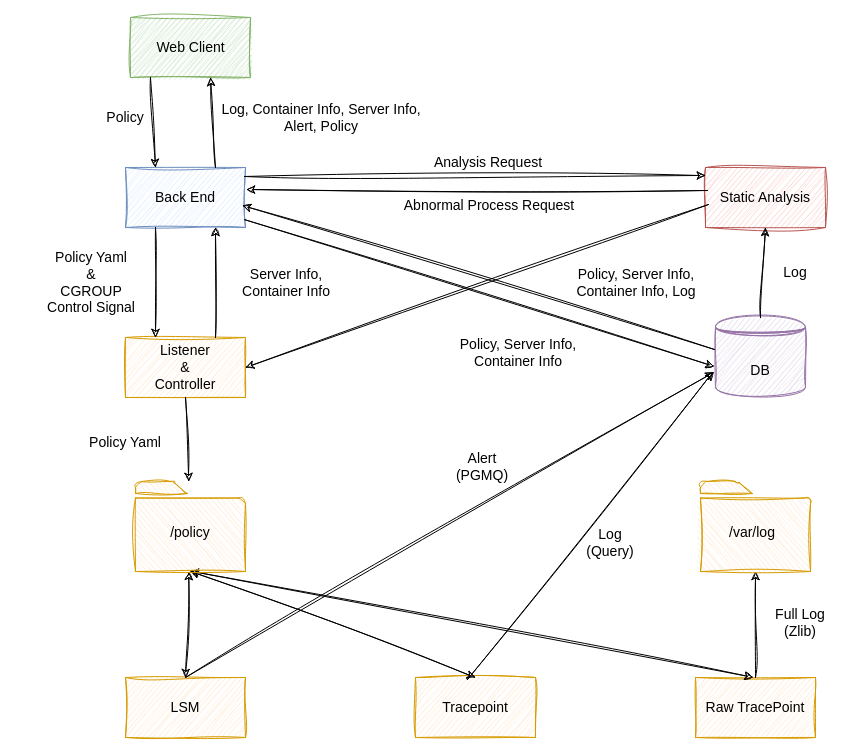
Earlier version of the draw.io diagram page "페이지-2" (2 of 2) of yamong/yamong.drawio (bob-yamong/drawio). Source tidied: cells renumbered, new cells numbered last; positions are measured from the earlier drawing's top-left corner, leaving out a move shared by most shapes. Both pictures are drawn from the tidied source at 100%, with x=0, y=0 at pixel (17, 17).
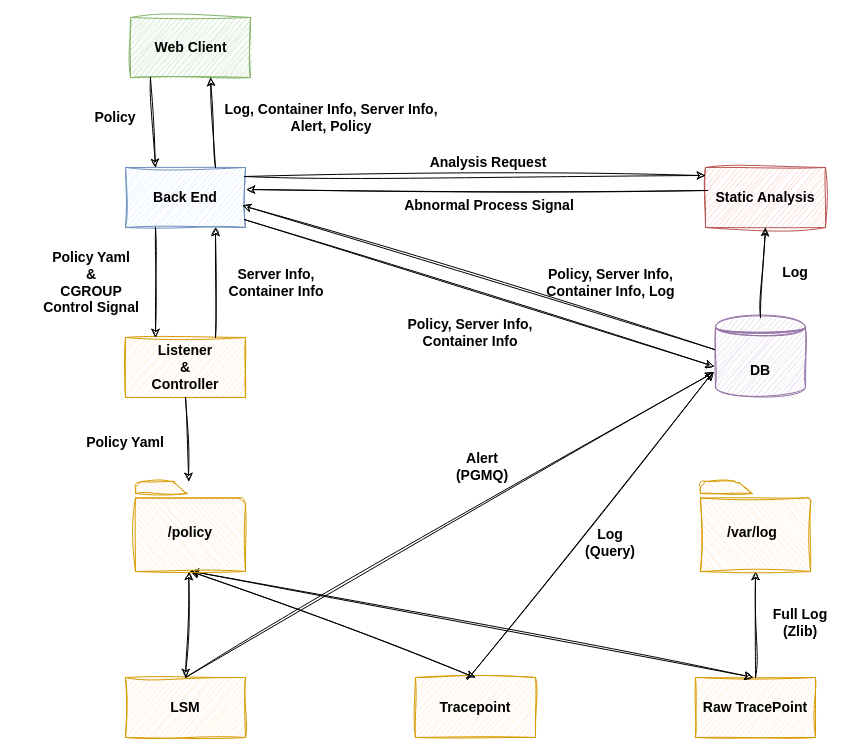
After the change.

Commit message:
:art: Update Dataflow

Change to the diagram source:
```diff
@@
-    <mxCell id="2" style="group;sketch=1;curveFitting=1;jiggle=2;fontSize=14;fillColor=#d5e8d4;strokeColor=#82b366;fillStyle=zigzag;" parent="1" vertex="1">
+    <mxCell id="2" style="group;sketch=1;curveFitting=1;jiggle=2;fontSize=14;fillColor=#d5e8d4;strokeColor=#82b366;fillStyle=zigzag;fontStyle=1;" parent="1" vertex="1">
       <mxGeometry x="113" width="120" height="60" as="geometry" />
     </mxCell>
-    <mxCell id="3" value="Back End" style="whiteSpace=wrap;html=1;sketch=1;curveFitting=1;jiggle=2;fontSize=14;fillColor=#dae8fc;strokeColor=#6c8ebf;" parent="1" vertex="1">
+    <mxCell id="3" value="Back End" style="whiteSpace=wrap;html=1;sketch=1;curveFitting=1;jiggle=2;fontSize=14;fillColor=#dae8fc;strokeColor=#6c8ebf;fontStyle=1;" parent="1" vertex="1">
       <mxGeometry x="108" y="150" width="120" height="60" as="geometry" />
     </mxCell>
-    <mxCell id="4" value="Listener&lt;br style=&quot;font-size: 14px;&quot;&gt;&amp;amp;&lt;br style=&quot;font-size: 14px;&quot;&gt;Controller" style="whiteSpace=wrap;html=1;sketch=1;curveFitting=1;jiggle=2;fontSize=14;fillColor=#ffe6cc;strokeColor=#d79b00;" parent="1" vertex="1">
+    <mxCell id="4" value="Listener&lt;br style=&quot;font-size: 14px;&quot;&gt;&amp;amp;&lt;br style=&quot;font-size: 14px;&quot;&gt;Controller" style="whiteSpace=wrap;html=1;sketch=1;curveFitting=1;jiggle=2;fontSize=14;fillColor=#ffe6cc;strokeColor=#d79b00;fontStyle=1;" parent="1" vertex="1">
       <mxGeometry x="108" y="320" width="120" height="60" as="geometry" />
     </mxCell>
-    <mxCell id="5" value="DB" style="shape=datastore;whiteSpace=wrap;html=1;sketch=1;curveFitting=1;jiggle=2;fontSize=14;fillColor=#e1d5e7;strokeColor=#9673a6;" parent="1" vertex="1">
+    <mxCell id="5" value="DB" style="shape=datastore;whiteSpace=wrap;html=1;sketch=1;curveFitting=1;jiggle=2;fontSize=14;fillColor=#e1d5e7;strokeColor=#9673a6;fontStyle=1;" parent="1" vertex="1">
       <mxGeometry x="698" y="300" width="90" height="80" as="geometry" />
     </mxCell>
-    <mxCell id="6" value="LSM" style="whiteSpace=wrap;html=1;sketch=1;curveFitting=1;jiggle=2;fontSize=14;fillColor=#ffe6cc;strokeColor=#d79b00;" parent="1" vertex="1">
+    <mxCell id="6" value="LSM" style="whiteSpace=wrap;html=1;sketch=1;curveFitting=1;jiggle=2;fontSize=14;fillColor=#ffe6cc;strokeColor=#d79b00;fontStyle=1;" parent="1" vertex="1">
       <mxGeometry x="108" y="660" width="120" height="60" as="geometry" />
     </mxCell>
-    <mxCell id="7" value="Tracepoint" style="whiteSpace=wrap;html=1;sketch=1;curveFitting=1;jiggle=2;fontSize=14;fillColor=#ffe6cc;strokeColor=#d79b00;" parent="1" vertex="1">
+    <mxCell id="7" value="Tracepoint" style="whiteSpace=wrap;html=1;sketch=1;curveFitting=1;jiggle=2;fontSize=14;fillColor=#ffe6cc;strokeColor=#d79b00;fontStyle=1;" parent="1" vertex="1">
       <mxGeometry x="398" y="660" width="120" height="60" as="geometry" />
     </mxCell>
-    <mxCell id="8" value="Raw TracePoint" style="whiteSpace=wrap;html=1;sketch=1;curveFitting=1;jiggle=2;fontSize=14;fillColor=#ffe6cc;strokeColor=#d79b00;" parent="1" vertex="1">
+    <mxCell id="8" value="Raw TracePoint" style="whiteSpace=wrap;html=1;sketch=1;curveFitting=1;jiggle=2;fontSize=14;fillColor=#ffe6cc;strokeColor=#d79b00;fontStyle=1;" parent="1" vertex="1">
       <mxGeometry x="678" y="660" width="120" height="60" as="geometry" />
     </mxCell>
-    <mxCell id="9" value="Static Analysis" style="whiteSpace=wrap;html=1;sketch=1;curveFitting=1;jiggle=2;fontSize=14;fillColor=#f8cecc;strokeColor=#b85450;" parent="1" vertex="1">
+    <mxCell id="9" value="Static Analysis" style="whiteSpace=wrap;html=1;sketch=1;curveFitting=1;jiggle=2;fontSize=14;fillColor=#f8cecc;strokeColor=#b85450;fontStyle=1;" parent="1" vertex="1">
       <mxGeometry x="688" y="150" width="120" height="60" as="geometry" />
     </mxCell>
-    <mxCell id="10" style="endArrow=classic;html=1;rounded=0;exitX=0.75;exitY=0;exitDx=0;exitDy=0;entryX=0.75;entryY=1;entryDx=0;entryDy=0;sketch=1;curveFitting=1;jiggle=2;fontSize=14;" parent="1" edge="1" source="4" target="3">
+    <mxCell id="10" style="endArrow=classic;html=1;rounded=0;exitX=0.75;exitY=0;exitDx=0;exitDy=0;entryX=0.75;entryY=1;entryDx=0;entryDy=0;sketch=1;curveFitting=1;jiggle=2;fontSize=14;fontStyle=1;" parent="1" edge="1" source="4" target="3">
       <mxGeometry relative="1" as="geometry" />
     </mxCell>
-    <mxCell id="11" style="endArrow=classic;html=1;rounded=0;exitX=0.994;exitY=0.87;exitDx=0;exitDy=0;entryX=-0.015;entryY=0.611;entryDx=0;entryDy=0;sketch=1;curveFitting=1;jiggle=2;fontSize=14;entryPerimeter=0;exitPerimeter=0;" parent="1" edge="1" source="3" target="5">
+    <mxCell id="11" style="endArrow=classic;html=1;rounded=0;exitX=0.994;exitY=0.87;exitDx=0;exitDy=0;entryX=-0.015;entryY=0.611;entryDx=0;entryDy=0;sketch=1;curveFitting=1;jiggle=2;fontSize=14;entryPerimeter=0;exitPerimeter=0;fontStyle=1;" parent="1" edge="1" source="3" target="5">
       <mxGeometry relative="1" as="geometry" />
     </mxCell>
-    <mxCell id="12" style="endArrow=classic;html=1;rounded=0;exitX=-0.011;exitY=0.4;exitDx=0;exitDy=0;exitPerimeter=0;sketch=1;curveFitting=1;jiggle=2;fontSize=14;entryX=0.975;entryY=0.633;entryDx=0;entryDy=0;entryPerimeter=0;" parent="1" edge="1" source="5" target="3">
+    <mxCell id="12" style="endArrow=classic;html=1;rounded=0;exitX=-0.011;exitY=0.4;exitDx=0;exitDy=0;exitPerimeter=0;sketch=1;curveFitting=1;jiggle=2;fontSize=14;entryX=0.975;entryY=0.633;entryDx=0;entryDy=0;entryPerimeter=0;fontStyle=1;" parent="1" edge="1" source="5" target="3">
       <mxGeometry relative="1" as="geometry" />
     </mxCell>
-    <mxCell id="13" style="endArrow=classic;html=1;rounded=0;sketch=1;curveFitting=1;jiggle=2;fontSize=14;exitX=0.5;exitY=0;exitDx=0;exitDy=0;" parent="1" edge="1" source="8" target="42">
+    <mxCell id="13" style="endArrow=classic;html=1;rounded=0;sketch=1;curveFitting=1;jiggle=2;fontSize=14;exitX=0.5;exitY=0;exitDx=0;exitDy=0;fontStyle=1;" parent="1" edge="1" source="8" target="42">
       <mxGeometry relative="1" as="geometry" />
     </mxCell>
-    <mxCell id="14" style="endArrow=classic;html=1;rounded=0;sketch=1;curveFitting=1;jiggle=2;fontSize=14;exitX=0.5;exitY=1;exitDx=0;exitDy=0;" parent="1" edge="1" source="4" target="45">
+    <mxCell id="14" style="endArrow=classic;html=1;rounded=0;sketch=1;curveFitting=1;jiggle=2;fontSize=14;exitX=0.5;exitY=1;exitDx=0;exitDy=0;fontStyle=1;" parent="1" edge="1" source="4" target="45">
       <mxGeometry relative="1" as="geometry" />
     </mxCell>
-    <mxCell id="15" style="endArrow=classic;html=1;rounded=0;exitX=0.992;exitY=0.15;exitDx=0;exitDy=0;sketch=1;curveFitting=1;jiggle=2;fontSize=14;exitPerimeter=0;entryX=0;entryY=0.133;entryDx=0;entryDy=0;entryPerimeter=0;" parent="1" edge="1" source="3" target="9">
+    <mxCell id="15" style="endArrow=classic;html=1;rounded=0;exitX=0.992;exitY=0.15;exitDx=0;exitDy=0;sketch=1;curveFitting=1;jiggle=2;fontSize=14;exitPerimeter=0;entryX=0;entryY=0.133;entryDx=0;entryDy=0;entryPerimeter=0;fontStyle=1;" parent="1" edge="1" source="3" target="9">
       <mxGeometry relative="1" as="geometry" />
     </mxCell>
-    <mxCell id="16" style="endArrow=classic;html=1;rounded=0;sketch=1;curveFitting=1;jiggle=2;fontSize=14;entryX=0.5;entryY=1;entryDx=0;entryDy=0;exitX=0.5;exitY=0;exitDx=0;exitDy=0;" parent="1" edge="1" source="5" target="9">
+    <mxCell id="16" style="endArrow=classic;html=1;rounded=0;sketch=1;curveFitting=1;jiggle=2;fontSize=14;entryX=0.5;entryY=1;entryDx=0;entryDy=0;exitX=0.5;exitY=0;exitDx=0;exitDy=0;fontStyle=1;" parent="1" edge="1" source="5" target="9">
       <mxGeometry relative="1" as="geometry" />
     </mxCell>
-    <mxCell id="17" style="endArrow=classic;html=1;rounded=0;sketch=1;curveFitting=1;jiggle=2;fontSize=14;exitX=0.433;exitY=0.033;exitDx=0;exitDy=0;exitPerimeter=0;entryX=-0.026;entryY=0.679;entryDx=0;entryDy=0;entryPerimeter=0;" parent="1" edge="1" source="7" target="5">
+    <mxCell id="17" style="endArrow=classic;html=1;rounded=0;sketch=1;curveFitting=1;jiggle=2;fontSize=14;exitX=0.433;exitY=0.033;exitDx=0;exitDy=0;exitPerimeter=0;entryX=-0.026;entryY=0.679;entryDx=0;entryDy=0;entryPerimeter=0;fontStyle=1;" parent="1" edge="1" source="7" target="5">
       <mxGeometry relative="1" as="geometry" />
     </mxCell>
-    <mxCell id="18" style="endArrow=classic;html=1;rounded=0;entryX=-0.017;entryY=0.684;entryDx=0;entryDy=0;sketch=1;curveFitting=1;jiggle=2;fontSize=14;exitX=0.5;exitY=0;exitDx=0;exitDy=0;entryPerimeter=0;" parent="1" edge="1" source="6" target="5">
+    <mxCell id="18" style="endArrow=classic;html=1;rounded=0;entryX=-0.017;entryY=0.684;entryDx=0;entryDy=0;sketch=1;curveFitting=1;jiggle=2;fontSize=14;exitX=0.5;exitY=0;exitDx=0;exitDy=0;entryPerimeter=0;fontStyle=1;" parent="1" edge="1" source="6" target="5">
       <mxGeometry relative="1" as="geometry" />
     </mxCell>
-    <mxCell id="19" style="endArrow=classic;html=1;rounded=0;exitX=0.025;exitY=0.617;exitDx=0;exitDy=0;exitPerimeter=0;entryX=1;entryY=0.5;entryDx=0;entryDy=0;sketch=1;curveFitting=1;jiggle=2;fontSize=14;" parent="1" edge="1" source="9" target="4">
-      <mxGeometry relative="1" as="geometry" />
-    </mxCell>
-    <mxCell id="20" style="endArrow=classic;html=1;rounded=0;entryX=1.008;entryY=0.367;entryDx=0;entryDy=0;sketch=1;curveFitting=1;jiggle=2;fontSize=14;entryPerimeter=0;exitX=0.017;exitY=0.383;exitDx=0;exitDy=0;exitPerimeter=0;" parent="1" edge="1" source="9" target="3">
+    <mxCell id="20" style="endArrow=classic;html=1;rounded=0;entryX=1.008;entryY=0.367;entryDx=0;entryDy=0;sketch=1;curveFitting=1;jiggle=2;fontSize=14;entryPerimeter=0;exitX=0.017;exitY=0.383;exitDx=0;exitDy=0;exitPerimeter=0;fontStyle=1;" parent="1" edge="1" source="9" target="3">
       <mxGeometry relative="1" as="geometry" />
     </mxCell>
-    <mxCell id="21" style="endArrow=classic;html=1;rounded=0;exitX=0.25;exitY=1;exitDx=0;exitDy=0;entryX=0.25;entryY=0;entryDx=0;entryDy=0;sketch=1;curveFitting=1;jiggle=2;fontSize=14;" parent="1" edge="1" source="3" target="4">
+    <mxCell id="21" style="endArrow=classic;html=1;rounded=0;exitX=0.25;exitY=1;exitDx=0;exitDy=0;entryX=0.25;entryY=0;entryDx=0;entryDy=0;sketch=1;curveFitting=1;jiggle=2;fontSize=14;fontStyle=1;" parent="1" edge="1" source="3" target="4">
       <mxGeometry relative="1" as="geometry" />
     </mxCell>
-    <mxCell id="22" style="endArrow=classic;html=1;rounded=0;sketch=1;curveFitting=1;jiggle=2;fontSize=14;entryX=0.75;entryY=1;entryDx=0;entryDy=0;exitX=0.75;exitY=0;exitDx=0;exitDy=0;" parent="1" edge="1" source="3">
+    <mxCell id="22" style="endArrow=classic;html=1;rounded=0;sketch=1;curveFitting=1;jiggle=2;fontSize=14;entryX=0.75;entryY=1;entryDx=0;entryDy=0;exitX=0.75;exitY=0;exitDx=0;exitDy=0;fontStyle=1;" parent="1" edge="1" source="3">
       <mxGeometry relative="1" as="geometry">
         <mxPoint x="193" y="60" as="targetPoint" />
       </mxGeometry>
     </mxCell>
-    <mxCell id="23" style="endArrow=classic;html=1;rounded=0;sketch=1;curveFitting=1;jiggle=2;fontSize=14;entryX=0.25;entryY=0;entryDx=0;entryDy=0;exitX=0.25;exitY=1;exitDx=0;exitDy=0;" parent="1" edge="1" target="3">
+    <mxCell id="23" style="endArrow=classic;html=1;rounded=0;sketch=1;curveFitting=1;jiggle=2;fontSize=14;entryX=0.25;entryY=0;entryDx=0;entryDy=0;exitX=0.25;exitY=1;exitDx=0;exitDy=0;fontStyle=1;" parent="1" edge="1" target="3">
       <mxGeometry relative="1" as="geometry">
         <mxPoint x="133" y="60" as="sourcePoint" />
       </mxGeometry>
     </mxCell>
-    <mxCell id="24" value="Policy Yaml" style="text;html=1;align=center;verticalAlign=middle;whiteSpace=wrap;rounded=0;fontSize=14;sketch=1;curveFitting=1;jiggle=2;" parent="1" vertex="1">
+    <mxCell id="24" value="Policy Yaml" style="text;html=1;align=center;verticalAlign=middle;whiteSpace=wrap;rounded=0;fontSize=14;sketch=1;curveFitting=1;jiggle=2;fontStyle=1;" parent="1" vertex="1">
       <mxGeometry x="59" y="410" width="98" height="30" as="geometry" />
     </mxCell>
-    <mxCell id="25" value="Log, Container Info, Server Info, Alert, Policy" style="text;html=1;align=center;verticalAlign=middle;whiteSpace=wrap;rounded=0;sketch=1;curveFitting=1;jiggle=2;fontSize=14;" parent="1" vertex="1">
-      <mxGeometry x="198" y="80" width="212" height="40" as="geometry" />
+    <mxCell id="25" value="Log, Container Info, Server Info, Alert, Policy" style="text;html=1;align=center;verticalAlign=middle;whiteSpace=wrap;rounded=0;sketch=1;curveFitting=1;jiggle=2;fontSize=14;fontStyle=1;" parent="1" vertex="1">
+      <mxGeometry x="198" y="80" width="232" height="40" as="geometry" />
     </mxCell>
-    <mxCell id="26" value="Policy" style="text;html=1;align=center;verticalAlign=middle;whiteSpace=wrap;rounded=0;sketch=1;curveFitting=1;jiggle=2;fontSize=14;" parent="1" vertex="1">
-      <mxGeometry x="78" y="85" width="60" height="30" as="geometry" />
+    <mxCell id="26" value="Policy" style="text;html=1;align=center;verticalAlign=middle;whiteSpace=wrap;rounded=0;sketch=1;curveFitting=1;jiggle=2;fontSize=14;fontStyle=1;" parent="1" vertex="1">
+      <mxGeometry x="68" y="85" width="60" height="30" as="geometry" />
     </mxCell>
-    <mxCell id="27" value="Policy Yaml&lt;br style=&quot;font-size: 14px;&quot;&gt;&amp;amp;&lt;br style=&quot;font-size: 14px;&quot;&gt;CGROUP&lt;br style=&quot;font-size: 14px;&quot;&gt;Control Signal" style="text;html=1;align=center;verticalAlign=middle;whiteSpace=wrap;rounded=0;sketch=1;curveFitting=1;jiggle=2;fontSize=14;" parent="1" vertex="1">
+    <mxCell id="27" value="Policy Yaml&lt;br style=&quot;font-size: 14px;&quot;&gt;&amp;amp;&lt;br style=&quot;font-size: 14px;&quot;&gt;CGROUP&lt;br style=&quot;font-size: 14px;&quot;&gt;Control Signal" style="text;html=1;align=center;verticalAlign=middle;whiteSpace=wrap;rounded=0;sketch=1;curveFitting=1;jiggle=2;fontSize=14;fontStyle=1;" parent="1" vertex="1">
       <mxGeometry y="250" width="148" height="30" as="geometry" />
     </mxCell>
-    <mxCell id="28" value="Server Info, &lt;br style=&quot;font-size: 14px;&quot;&gt;Container Info" style="text;html=1;align=center;verticalAlign=middle;whiteSpace=wrap;rounded=0;sketch=1;curveFitting=1;jiggle=2;fontSize=14;" parent="1" vertex="1">
-      <mxGeometry x="208" y="250" width="122" height="30" as="geometry" />
+    <mxCell id="28" value="Server Info, &lt;br style=&quot;font-size: 14px;&quot;&gt;Container Info" style="text;html=1;align=center;verticalAlign=middle;whiteSpace=wrap;rounded=0;sketch=1;curveFitting=1;jiggle=2;fontSize=14;fontStyle=1;" parent="1" vertex="1">
+      <mxGeometry x="198" y="250" width="122" height="30" as="geometry" />
     </mxCell>
-    <mxCell id="29" style="endArrow=classic;startArrow=classic;html=1;rounded=0;exitX=0.5;exitY=0;exitDx=0;exitDy=0;sketch=1;curveFitting=1;jiggle=2;fontSize=14;" parent="1" edge="1" source="6" target="45">
+    <mxCell id="29" style="endArrow=classic;startArrow=classic;html=1;rounded=0;exitX=0.5;exitY=0;exitDx=0;exitDy=0;sketch=1;curveFitting=1;jiggle=2;fontSize=14;fontStyle=1;" parent="1" edge="1" source="6" target="45">
       <mxGeometry relative="1" as="geometry" />
     </mxCell>
-    <mxCell id="30" style="endArrow=classic;startArrow=classic;html=1;rounded=0;exitX=0.5;exitY=0;exitDx=0;exitDy=0;entryX=0.502;entryY=0.997;entryDx=0;entryDy=0;entryPerimeter=0;sketch=1;curveFitting=1;jiggle=2;fontSize=14;" parent="1" edge="1" source="7" target="45">
+    <mxCell id="30" style="endArrow=classic;startArrow=classic;html=1;rounded=0;exitX=0.5;exitY=0;exitDx=0;exitDy=0;entryX=0.502;entryY=0.997;entryDx=0;entryDy=0;entryPerimeter=0;sketch=1;curveFitting=1;jiggle=2;fontSize=14;fontStyle=1;" parent="1" edge="1" source="7" target="45">
       <mxGeometry relative="1" as="geometry" />
     </mxCell>
-    <mxCell id="31" style="endArrow=classic;startArrow=classic;html=1;rounded=0;exitX=0.48;exitY=-0.003;exitDx=0;exitDy=0;entryX=0.504;entryY=0.995;entryDx=0;entryDy=0;entryPerimeter=0;exitPerimeter=0;sketch=1;curveFitting=1;jiggle=2;fontSize=14;" parent="1" edge="1" source="8" target="45">
+    <mxCell id="31" style="endArrow=classic;startArrow=classic;html=1;rounded=0;exitX=0.48;exitY=-0.003;exitDx=0;exitDy=0;entryX=0.504;entryY=0.995;entryDx=0;entryDy=0;entryPerimeter=0;exitPerimeter=0;sketch=1;curveFitting=1;jiggle=2;fontSize=14;fontStyle=1;" parent="1" edge="1" source="8" target="45">
       <mxGeometry relative="1" as="geometry" />
     </mxCell>
-    <mxCell id="32" value="Alert&lt;br style=&quot;font-size: 14px;&quot;&gt;(PGMQ)" style="text;html=1;align=center;verticalAlign=middle;whiteSpace=wrap;rounded=0;fontSize=14;" parent="1" vertex="1">
+    <mxCell id="32" value="Alert&lt;br style=&quot;font-size: 14px;&quot;&gt;(PGMQ)" style="text;html=1;align=center;verticalAlign=middle;whiteSpace=wrap;rounded=0;fontSize=14;fontStyle=1;" parent="1" vertex="1">
       <mxGeometry x="430" y="434" width="70" height="30" as="geometry" />
     </mxCell>
-    <mxCell id="33" value="Log&lt;br style=&quot;font-size: 14px;&quot;&gt;(Query)" style="text;html=1;align=center;verticalAlign=middle;whiteSpace=wrap;rounded=0;fontSize=14;" parent="1" vertex="1">
+    <mxCell id="33" value="Log&lt;br style=&quot;font-size: 14px;&quot;&gt;(Query)" style="text;html=1;align=center;verticalAlign=middle;whiteSpace=wrap;rounded=0;fontSize=14;fontStyle=1;" parent="1" vertex="1">
       <mxGeometry x="558" y="510" width="70" height="30" as="geometry" />
     </mxCell>
-    <mxCell id="34" value="Full Log&lt;br style=&quot;font-size: 14px;&quot;&gt;(Zlib)" style="text;html=1;align=center;verticalAlign=middle;whiteSpace=wrap;rounded=0;fontSize=14;" parent="1" vertex="1">
+    <mxCell id="34" value="Full Log&lt;br style=&quot;font-size: 14px;&quot;&gt;(Zlib)" style="text;html=1;align=center;verticalAlign=middle;whiteSpace=wrap;rounded=0;fontSize=14;fontStyle=1;" parent="1" vertex="1">
       <mxGeometry x="748" y="590" width="70" height="30" as="geometry" />
     </mxCell>
-    <mxCell id="35" value="Log" style="text;html=1;align=center;verticalAlign=middle;whiteSpace=wrap;rounded=0;fontSize=14;" parent="1" vertex="1">
+    <mxCell id="35" value="Log" style="text;html=1;align=center;verticalAlign=middle;whiteSpace=wrap;rounded=0;fontSize=14;fontStyle=1;" parent="1" vertex="1">
       <mxGeometry x="748" y="240" width="60" height="30" as="geometry" />
     </mxCell>
-    <mxCell id="36" value="Analysis Request" style="text;html=1;align=center;verticalAlign=middle;whiteSpace=wrap;rounded=0;fontSize=14;" parent="1" vertex="1">
+    <mxCell id="36" value="Analysis Request" style="text;html=1;align=center;verticalAlign=middle;whiteSpace=wrap;rounded=0;fontSize=14;fontStyle=1;" parent="1" vertex="1">
       <mxGeometry x="411" y="130" width="120" height="30" as="geometry" />
     </mxCell>
-    <mxCell id="37" value="Abnormal Process Request" style="text;html=1;align=center;verticalAlign=middle;whiteSpace=wrap;rounded=0;fontSize=14;" parent="1" vertex="1">
+    <mxCell id="37" value="Abnormal Process Signal" style="text;html=1;align=center;verticalAlign=middle;whiteSpace=wrap;rounded=0;fontSize=14;fontStyle=1;" parent="1" vertex="1">
       <mxGeometry x="384" y="173" width="176" height="30" as="geometry" />
     </mxCell>
-    <mxCell id="38" value="Policy, Server Info, Container Info" style="text;html=1;align=center;verticalAlign=middle;whiteSpace=wrap;rounded=0;sketch=1;curveFitting=1;jiggle=2;fontSize=14;" parent="1" vertex="1">
-      <mxGeometry x="440" y="320" width="122" height="30" as="geometry" />
+    <mxCell id="38" value="Policy, Server Info, Container Info" style="text;html=1;align=center;verticalAlign=middle;whiteSpace=wrap;rounded=0;sketch=1;curveFitting=1;jiggle=2;fontSize=14;fontStyle=1;" parent="1" vertex="1">
+      <mxGeometry x="381.5" y="300" width="142" height="30" as="geometry" />
     </mxCell>
-    <mxCell id="39" value="Policy, Server Info, Container Info, Log" style="text;html=1;align=center;verticalAlign=middle;whiteSpace=wrap;rounded=0;sketch=1;curveFitting=1;jiggle=2;fontSize=14;" parent="1" vertex="1">
-      <mxGeometry x="558" y="250" width="122" height="30" as="geometry" />
+    <mxCell id="39" value="Policy, Server Info, Container Info, Log" style="text;html=1;align=center;verticalAlign=middle;whiteSpace=wrap;rounded=0;sketch=1;curveFitting=1;jiggle=2;fontSize=14;fontStyle=1;" parent="1" vertex="1">
+      <mxGeometry x="523.5" y="250" width="139" height="30" as="geometry" />
     </mxCell>
-    <mxCell id="40" value="Web Client" style="text;html=1;align=center;verticalAlign=middle;strokeColor=none;fillColor=none;sketch=1;curveFitting=1;jiggle=2;fontSize=14;" parent="1" vertex="1">
+    <mxCell id="40" value="Web Client" style="text;html=1;align=center;verticalAlign=middle;strokeColor=none;fillColor=none;sketch=1;curveFitting=1;jiggle=2;fontSize=14;fontStyle=1;" parent="1" vertex="1">
       <mxGeometry x="128" y="15" width="90" height="30" as="geometry" />
     </mxCell>
-    <mxCell id="41" style="group;" parent="1" vertex="1">
+    <mxCell id="41" style="group;fontStyle=1;" parent="1" vertex="1">
       <mxGeometry x="683" y="464" width="110" height="90" as="geometry" />
     </mxCell>
-    <mxCell id="42" style="sketch=1;shadow=0;dashed=0;html=1;labelPosition=center;verticalLabelPosition=bottom;verticalAlign=top;outlineConnect=0;align=center;shape=mxgraph.office.concepts.folder;flipH=1;curveFitting=1;jiggle=2;fontSize=14;fillColor=#ffe6cc;strokeColor=#d79b00;" parent="41" vertex="1">
+    <mxCell id="42" style="sketch=1;shadow=0;dashed=0;html=1;labelPosition=center;verticalLabelPosition=bottom;verticalAlign=top;outlineConnect=0;align=center;shape=mxgraph.office.concepts.folder;flipH=1;curveFitting=1;jiggle=2;fontSize=14;fillColor=#ffe6cc;strokeColor=#d79b00;fontStyle=1;" parent="41" vertex="1">
       <mxGeometry width="110" height="90" as="geometry" />
     </mxCell>
-    <mxCell id="43" value="/var/log" style="text;html=1;align=center;verticalAlign=middle;whiteSpace=wrap;rounded=0;fontSize=14;sketch=1;curveFitting=1;jiggle=2;" parent="41" vertex="1">
+    <mxCell id="43" value="/var/log" style="text;html=1;align=center;verticalAlign=middle;whiteSpace=wrap;rounded=0;fontSize=14;sketch=1;curveFitting=1;jiggle=2;fontStyle=1;" parent="41" vertex="1">
       <mxGeometry x="22" y="36" width="60" height="30" as="geometry" />
     </mxCell>
-    <mxCell id="44" style="group;" parent="1" vertex="1">
+    <mxCell id="44" style="group;fontStyle=1;" parent="1" vertex="1">
       <mxGeometry x="118" y="464" width="110" height="90" as="geometry" />
     </mxCell>
-    <mxCell id="45" style="sketch=1;shadow=0;dashed=0;html=1;labelPosition=center;verticalLabelPosition=bottom;verticalAlign=top;outlineConnect=0;align=center;shape=mxgraph.office.concepts.folder;flipH=1;curveFitting=1;jiggle=2;fontSize=14;fillColor=#ffe6cc;strokeColor=#d79b00;" parent="44" vertex="1">
+    <mxCell id="45" style="sketch=1;shadow=0;dashed=0;html=1;labelPosition=center;verticalLabelPosition=bottom;verticalAlign=top;outlineConnect=0;align=center;shape=mxgraph.office.concepts.folder;flipH=1;curveFitting=1;jiggle=2;fontSize=14;fillColor=#ffe6cc;strokeColor=#d79b00;fontStyle=1;" parent="44" vertex="1">
       <mxGeometry width="110" height="90" as="geometry" />
     </mxCell>
-    <mxCell id="46" value="/policy" style="text;html=1;align=center;verticalAlign=middle;whiteSpace=wrap;rounded=0;fontSize=14;sketch=1;curveFitting=1;jiggle=2;" parent="44" vertex="1">
+    <mxCell id="46" value="/policy" style="text;html=1;align=center;verticalAlign=middle;whiteSpace=wrap;rounded=0;fontSize=14;sketch=1;curveFitting=1;jiggle=2;fontStyle=1;" parent="44" vertex="1">
       <mxGeometry x="25" y="36" width="60" height="30" as="geometry" />
     </mxCell>
```
